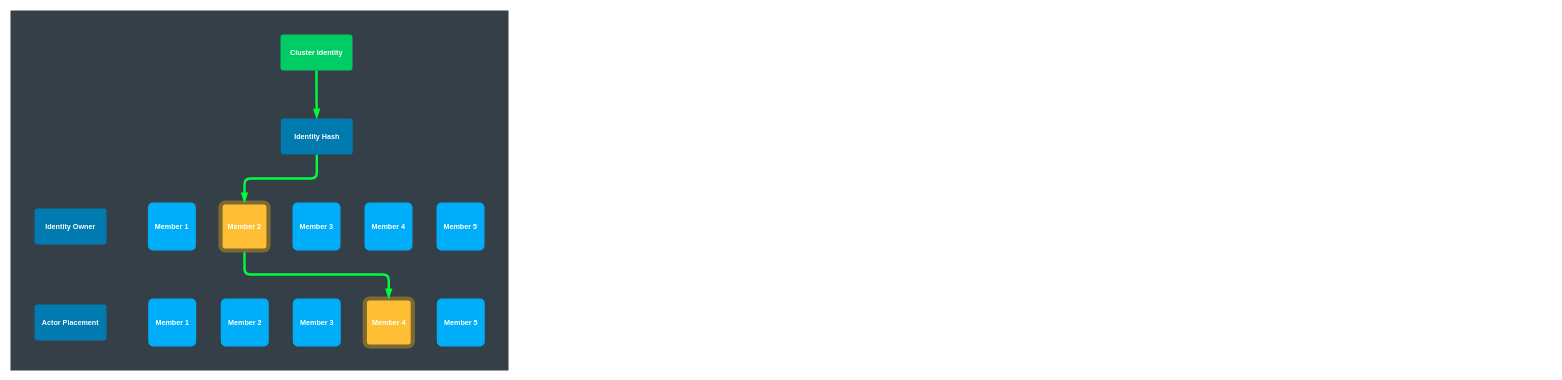
Earlier version of the draw.io diagram page "Partitions" (8 of 13) of hugo/content/docs/clusterintro/clusterintro.drawio (asynkron/protoactor-website). Source tidied: cells renumbered, new cells numbered last; positions are measured from the earlier drawing's top-left corner, leaving out a move shared by most shapes. Both pictures are drawn from the tidied source at 60%, with x=0, y=0 at pixel (10, 10).
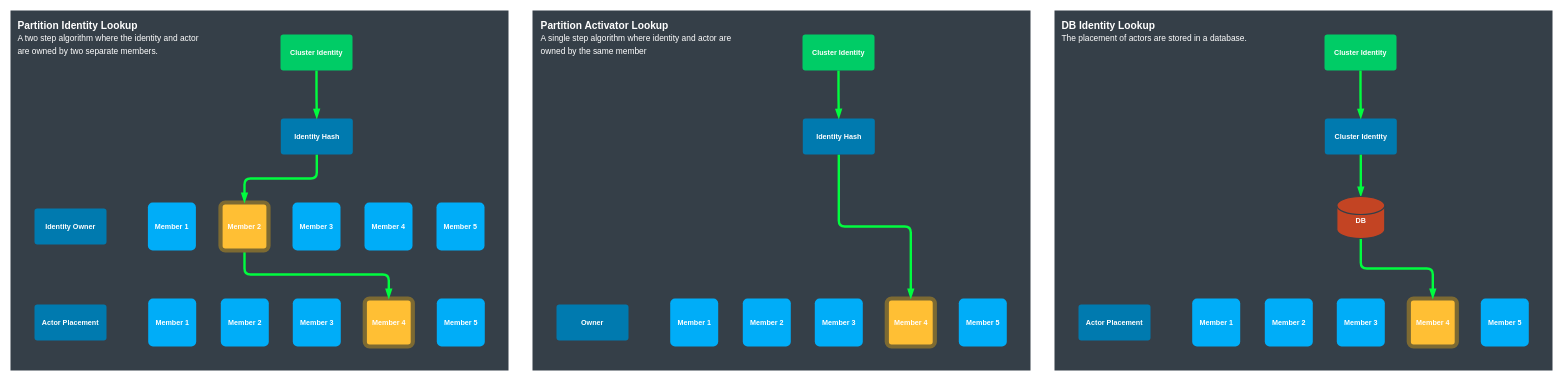
The same page after the edit.

Change to the diagram source:
```diff
@@
+    <mxCell id="20" style="rounded=0;whiteSpace=wrap;html=1;fontColor=#FFFFFF;strokeColor=none;fillColor=#353F48;" parent="1" vertex="1">
+      <mxGeometry x="870" width="830" height="600" as="geometry" />
+    </mxCell>
+    <mxCell id="21" value="&lt;span&gt;Member 4&lt;/span&gt;" style="rounded=1;whiteSpace=wrap;html=1;fontStyle=1;fontColor=#FFFFFF;arcSize=10;fillColor=#FFBF34;strokeWidth=7;strokeColor=#7D6A32;" parent="1" vertex="1">
+      <mxGeometry x="1460.5" y="480" width="80" height="80" as="geometry" />
+    </mxCell>
+    <mxCell id="22" style="edgeStyle=orthogonalEdgeStyle;sketch=0;jettySize=auto;html=1;exitX=0.5;exitY=1;exitDx=0;exitDy=0;entryX=0.5;entryY=0;entryDx=0;entryDy=0;shadow=0;endArrow=blockThin;endFill=1;strokeColor=#00FC3F;strokeWidth=4;fontColor=#FFFFFF;" parent="1" edge="1" source="28" target="21">
+      <mxGeometry relative="1" as="geometry" />
+    </mxCell>
+    <mxCell id="23" value="Member 1" style="rounded=1;whiteSpace=wrap;html=1;strokeColor=none;fontStyle=1;fontColor=#FFFFFF;fillColor=#00ADF8;arcSize=10;" parent="1" vertex="1">
+      <mxGeometry x="1099.5" y="480" width="80" height="80" as="geometry" />
+    </mxCell>
+    <mxCell id="24" value="Member 2" style="rounded=1;whiteSpace=wrap;html=1;strokeColor=none;fontStyle=1;fontColor=#FFFFFF;fillColor=#00ADF8;arcSize=10;" parent="1" vertex="1">
+      <mxGeometry x="1220.5" y="480" width="80" height="80" as="geometry" />
+    </mxCell>
+    <mxCell id="25" value="Member 3" style="rounded=1;whiteSpace=wrap;html=1;strokeColor=none;fontStyle=1;fontColor=#FFFFFF;fillColor=#00ADF8;arcSize=10;" parent="1" vertex="1">
+      <mxGeometry x="1340.5" y="480" width="80" height="80" as="geometry" />
+    </mxCell>
+    <mxCell id="26" value="Member 5" style="rounded=1;whiteSpace=wrap;html=1;strokeColor=none;fontStyle=1;fontColor=#FFFFFF;fillColor=#00ADF8;arcSize=10;" parent="1" vertex="1">
+      <mxGeometry x="1580.5" y="480" width="80" height="80" as="geometry" />
+    </mxCell>
+    <mxCell id="27" value="Owner" style="rounded=1;whiteSpace=wrap;html=1;fontStyle=1;strokeColor=none;fontColor=#FFFFFF;fillColor=#007AAF;arcSize=8;" parent="1" vertex="1">
+      <mxGeometry x="910" y="490" width="120" height="60" as="geometry" />
+    </mxCell>
+    <mxCell id="28" value="Identity Hash" style="rounded=1;whiteSpace=wrap;html=1;fontStyle=1;strokeColor=none;fontColor=#FFFFFF;arcSize=8;fillColor=#007AAF;" parent="1" vertex="1">
+      <mxGeometry x="1320.5" y="180" width="120" height="60" as="geometry" />
+    </mxCell>
+    <mxCell id="29" style="edgeStyle=orthogonalEdgeStyle;sketch=0;jettySize=auto;html=1;exitX=0.5;exitY=1;exitDx=0;exitDy=0;entryX=0.5;entryY=0;entryDx=0;entryDy=0;shadow=0;endArrow=blockThin;endFill=1;strokeColor=#00FC3F;strokeWidth=4;fontColor=#FFFFFF;" parent="1" edge="1" source="30" target="28">
+      <mxGeometry relative="1" as="geometry" />
+    </mxCell>
+    <mxCell id="30" value="Cluster Identity" style="rounded=1;whiteSpace=wrap;html=1;fontStyle=1;strokeColor=none;fontColor=#FFFFFF;arcSize=8;fillColor=#00CC66;" parent="1" vertex="1">
+      <mxGeometry x="1320" y="40" width="120" height="60" as="geometry" />
+    </mxCell>
+    <mxCell id="31" value="Partition Identity Lookup&lt;br style=&quot;font-size: 16px&quot;&gt;&lt;font size=&quot;1&quot;&gt;&lt;span style=&quot;font-weight: 400 ; font-size: 14px&quot;&gt;A two step algorithm where the identity and actor are owned by two separate members.&lt;br&gt;&lt;/span&gt;&lt;/font&gt;" style="text;html=1;strokeColor=none;fillColor=none;align=left;verticalAlign=top;whiteSpace=wrap;rounded=0;fontColor=#FFFFFF;fontStyle=1;fontSize=17;" parent="1" vertex="1">
+      <mxGeometry x="9.5" y="10" width="320.5" height="190" as="geometry" />
+    </mxCell>
+    <mxCell id="32" value="Partition Activator Lookup&lt;br style=&quot;font-size: 16px&quot;&gt;&lt;span style=&quot;font-size: 14px ; font-weight: 400&quot;&gt;A single step algorithm where identity and actor are owned by the same member&lt;br&gt;&lt;br&gt;&lt;/span&gt;&lt;span style=&quot;font-size: 14px ; font-weight: 400&quot;&gt;&lt;br&gt;&lt;/span&gt;" style="text;html=1;strokeColor=none;fillColor=none;align=left;verticalAlign=top;whiteSpace=wrap;rounded=0;fontColor=#FFFFFF;fontStyle=1;fontSize=17;" parent="1" vertex="1">
+      <mxGeometry x="882" y="10" width="320.5" height="190" as="geometry" />
+    </mxCell>
+    <mxCell id="33" style="rounded=0;whiteSpace=wrap;html=1;fontColor=#FFFFFF;strokeColor=none;fillColor=#353F48;" parent="1" vertex="1">
+      <mxGeometry x="1740" width="830" height="600" as="geometry" />
+    </mxCell>
+    <mxCell id="34" value="&lt;span&gt;Member 4&lt;/span&gt;" style="rounded=1;whiteSpace=wrap;html=1;fontStyle=1;fontColor=#FFFFFF;arcSize=10;fillColor=#FFBF34;strokeWidth=7;strokeColor=#7D6A32;" parent="1" vertex="1">
+      <mxGeometry x="2330.5" y="480" width="80" height="80" as="geometry" />
+    </mxCell>
+    <mxCell id="35" style="edgeStyle=orthogonalEdgeStyle;sketch=0;jettySize=auto;html=1;exitX=0.5;exitY=1;exitDx=0;exitDy=0;entryX=0.5;entryY=0;entryDx=0;entryDy=0;shadow=0;endArrow=blockThin;endFill=1;strokeColor=#00FC3F;strokeWidth=4;fontColor=#FFFFFF;exitPerimeter=0;" parent="1" edge="1" source="46" target="34">
+      <mxGeometry relative="1" as="geometry" />
+    </mxCell>
+    <mxCell id="36" value="Member 1" style="rounded=1;whiteSpace=wrap;html=1;strokeColor=none;fontStyle=1;fontColor=#FFFFFF;fillColor=#00ADF8;arcSize=10;" parent="1" vertex="1">
+      <mxGeometry x="1969.5" y="480" width="80" height="80" as="geometry" />
+    </mxCell>
+    <mxCell id="37" value="Member 2" style="rounded=1;whiteSpace=wrap;html=1;strokeColor=none;fontStyle=1;fontColor=#FFFFFF;fillColor=#00ADF8;arcSize=10;" parent="1" vertex="1">
+      <mxGeometry x="2090.5" y="480" width="80" height="80" as="geometry" />
+    </mxCell>
+    <mxCell id="38" value="Member 3" style="rounded=1;whiteSpace=wrap;html=1;strokeColor=none;fontStyle=1;fontColor=#FFFFFF;fillColor=#00ADF8;arcSize=10;" parent="1" vertex="1">
+      <mxGeometry x="2210.5" y="480" width="80" height="80" as="geometry" />
+    </mxCell>
+    <mxCell id="39" value="Member 5" style="rounded=1;whiteSpace=wrap;html=1;strokeColor=none;fontStyle=1;fontColor=#FFFFFF;fillColor=#00ADF8;arcSize=10;" parent="1" vertex="1">
+      <mxGeometry x="2450.5" y="480" width="80" height="80" as="geometry" />
+    </mxCell>
+    <mxCell id="40" value="Actor Placement" style="rounded=1;whiteSpace=wrap;html=1;fontStyle=1;strokeColor=none;fontColor=#FFFFFF;fillColor=#007AAF;arcSize=8;" parent="1" vertex="1">
+      <mxGeometry x="1780" y="490" width="120" height="60" as="geometry" />
+    </mxCell>
+    <mxCell id="41" style="edgeStyle=orthogonalEdgeStyle;sketch=0;jettySize=auto;html=1;exitX=0.5;exitY=1;exitDx=0;exitDy=0;entryX=0.5;entryY=0;entryDx=0;entryDy=0;shadow=0;endArrow=blockThin;endFill=1;strokeColor=#00FC3F;strokeWidth=4;fontColor=#FFFFFF;entryPerimeter=0;" parent="1" edge="1" source="42" target="46">
+      <mxGeometry relative="1" as="geometry" />
+    </mxCell>
+    <mxCell id="42" value="Cluster Identity" style="rounded=1;whiteSpace=wrap;html=1;fontStyle=1;strokeColor=none;fontColor=#FFFFFF;arcSize=8;fillColor=#007AAF;" parent="1" vertex="1">
+      <mxGeometry x="2190.5" y="180" width="120" height="60" as="geometry" />
+    </mxCell>
+    <mxCell id="43" style="edgeStyle=orthogonalEdgeStyle;sketch=0;jettySize=auto;html=1;exitX=0.5;exitY=1;exitDx=0;exitDy=0;entryX=0.5;entryY=0;entryDx=0;entryDy=0;shadow=0;endArrow=blockThin;endFill=1;strokeColor=#00FC3F;strokeWidth=4;fontColor=#FFFFFF;" parent="1" edge="1" source="44" target="42">
+      <mxGeometry relative="1" as="geometry" />
+    </mxCell>
+    <mxCell id="44" value="Cluster Identity" style="rounded=1;whiteSpace=wrap;html=1;fontStyle=1;strokeColor=none;fontColor=#FFFFFF;arcSize=8;fillColor=#00CC66;" parent="1" vertex="1">
+      <mxGeometry x="2190" y="40" width="120" height="60" as="geometry" />
+    </mxCell>
+    <mxCell id="45" value="DB Identity Lookup&lt;br style=&quot;font-size: 16px&quot;&gt;&lt;font size=&quot;1&quot;&gt;&lt;span style=&quot;font-weight: 400 ; font-size: 14px&quot;&gt;The placement of actors are stored in a database.&lt;br&gt;&lt;br&gt;&lt;br&gt;&lt;/span&gt;&lt;/font&gt;" style="text;html=1;strokeColor=none;fillColor=none;align=left;verticalAlign=top;whiteSpace=wrap;rounded=0;fontColor=#FFFFFF;fontStyle=1;fontSize=17;" parent="1" vertex="1">
+      <mxGeometry x="1749.5" y="10" width="320.5" height="190" as="geometry" />
+    </mxCell>
+    <mxCell id="46" value="&lt;b&gt;&lt;font color=&quot;#ffffff&quot;&gt;DB&lt;br&gt;&lt;br&gt;&lt;/font&gt;&lt;/b&gt;" style="shape=cylinder3;whiteSpace=wrap;html=1;boundedLbl=1;backgroundOutline=1;size=15;strokeWidth=2;fillColor=#C34423;strokeColor=#353F48;" parent="1" vertex="1">
+      <mxGeometry x="2210.5" y="310" width="80" height="70" as="geometry" />
+    </mxCell>
```
